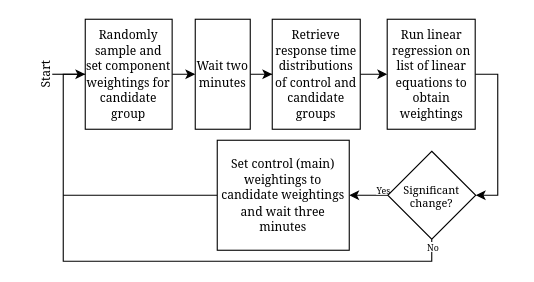
kcz17/diagrams keeps this draw.io diagram as online_training_loop.drawio. Above is the earlier version. Source tidied: cells renumbered, new cells numbered last; positions are measured from the earlier drawing's top-left corner, leaving out a move shared by most shapes. Both pictures are drawn from the tidied source at 110%, with x=0, y=0 at pixel (22, 19).
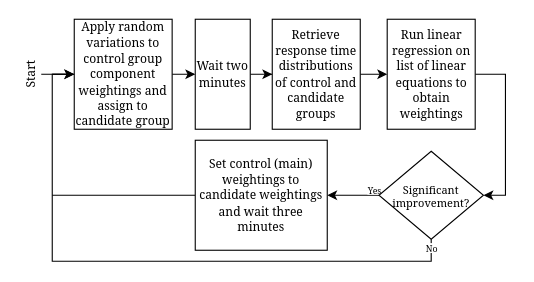
Above is the later version.

The edit, as a diff of the source:
```diff
@@
-    <mxCell id="4" value="&lt;font face=&quot;Georgia&quot; style=&quot;font-size: 11px&quot;&gt;Randomly sample and set component weightings for candidate group&lt;/font&gt;" style="rounded=0;whiteSpace=wrap;html=1;" parent="1" vertex="1">
-      <mxGeometry x="57" width="79" height="100" as="geometry" />
+    <mxCell id="4" value="&lt;font face=&quot;Georgia&quot;&gt;&lt;span style=&quot;font-size: 11px&quot;&gt;Apply random variations to control group component weightings and assign to candidate group&lt;/span&gt;&lt;/font&gt;" style="rounded=0;whiteSpace=wrap;html=1;" parent="1" vertex="1">
+      <mxGeometry x="47" width="89" height="100" as="geometry" />
     </mxCell>
@@
     <mxCell id="13" style="edgeStyle=orthogonalEdgeStyle;rounded=0;jettySize=auto;html=1;entryX=0;entryY=0.5;entryDx=0;entryDy=0;fontFamily=Georgia;fontSize=11;startArrow=none;startFill=0;endArrow=none;endFill=0;" parent="1" edge="1" source="15" target="4">
       <mxGeometry relative="1" as="geometry">
         <Array as="points">
-          <mxPoint x="372" y="220" />
-          <mxPoint x="37" y="220" />
-          <mxPoint x="37" y="50" />
+          <mxPoint x="371" y="220" />
+          <mxPoint x="27" y="220" />
+          <mxPoint x="27" y="50" />
         </Array>
       </mxGeometry>
     </mxCell>
@@
-    <mxCell id="15" value="Significant change?" style="rhombus;whiteSpace=wrap;html=1;fontFamily=Georgia;fontSize=10;" parent="1" vertex="1">
-      <mxGeometry x="332" y="120" width="80" height="80" as="geometry" />
+    <mxCell id="15" value="Significant improvement?&lt;br&gt;" style="rhombus;whiteSpace=wrap;html=1;fontFamily=Georgia;fontSize=10;" parent="1" vertex="1">
+      <mxGeometry x="324" y="120" width="95" height="80" as="geometry" />
     </mxCell>
     <mxCell id="16" style="edgeStyle=orthogonalEdgeStyle;rounded=0;jettySize=auto;html=1;fontFamily=Georgia;fontSize=11;startArrow=none;startFill=0;endArrow=none;endFill=0;" parent="1" edge="1" source="17">
       <mxGeometry relative="1" as="geometry">
-        <mxPoint x="37" y="160" as="targetPoint" />
+        <mxPoint x="27" y="160" as="targetPoint" />
       </mxGeometry>
     </mxCell>
     <mxCell id="17" value="&lt;font face=&quot;Georgia&quot;&gt;&lt;span style=&quot;font-size: 11px&quot;&gt;Set control (main) weightings to candidate weightings and wait three minutes&lt;/span&gt;&lt;/font&gt;" style="rounded=0;whiteSpace=wrap;html=1;" parent="1" vertex="1">
-      <mxGeometry x="177" y="110" width="120" height="100" as="geometry" />
+      <mxGeometry x="157" y="110" width="120" height="100" as="geometry" />
     </mxCell>
+    <mxCell id="19" style="edgeStyle=orthogonalEdgeStyle;rounded=0;jettySize=auto;html=1;" parent="1" edge="1" source="18" target="4">
+      <mxGeometry relative="1" as="geometry" />
+    </mxCell>
     <mxCell id="18" value="Start" style="text;html=1;strokeColor=none;fillColor=none;align=center;verticalAlign=middle;whiteSpace=wrap;rounded=0;fontFamily=Georgia;fontSize=11;rotation=-90;" parent="1" vertex="1">
-      <mxGeometry y="40" width="40" height="20" as="geometry" />
+      <mxGeometry x="-13" y="40" width="40" height="20" as="geometry" />
     </mxCell>
```
